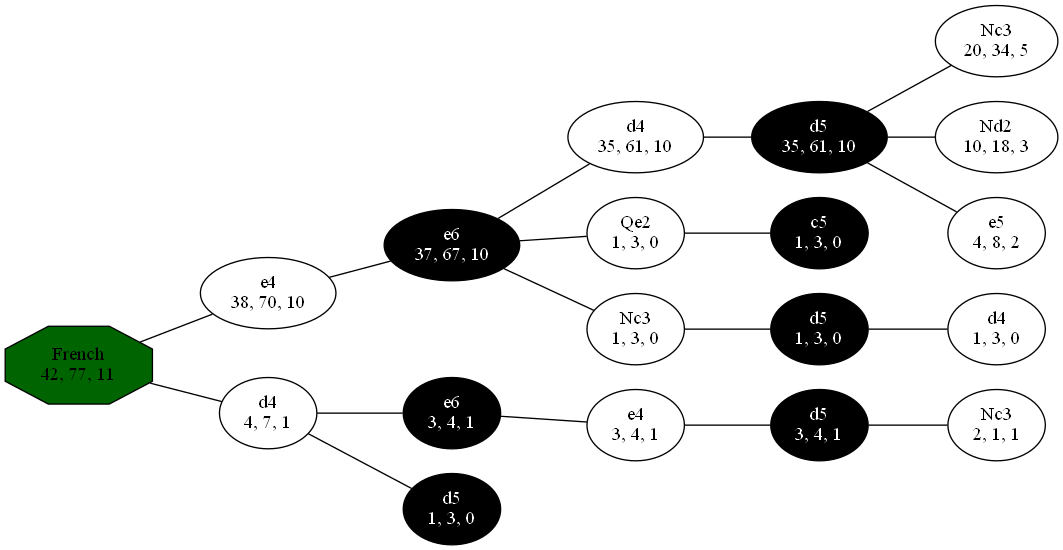
This is Datafiles/FrenchOpening.png from torbvat/PerfEngAssignment2, a Graphviz export, as it was before one commit. Its source is kept beside it as Datafiles/FrenchOpening.dot. The source it was exported from:
```dot
graph ChessOpenings {
	rankdir="LR";
	0 [label = "French
42, 77, 11", style = filled, fillcolor = black, fontcolor = white];
	1 [label = "e4
38, 70, 10"];
	2 [label = "e6
37, 67, 10", style = filled, fillcolor = black, fontcolor = white];
	3 [label = "d4
35, 61, 10"];
	4 [label = "d5
35, 61, 10", style = filled, fillcolor = black, fontcolor = white];
	5 [label = "Nc3
20, 34, 5"];
	6 [label = "Qe2
1, 3, 0"];
	7 [label = "c5
1, 3, 0", style = filled, fillcolor = black, fontcolor = white];
	9 [label = "Nd2
10, 18, 3"];
	10 [label = "e5
4, 8, 2"];
	11 [label = "Nc3
1, 3, 0"];
	12 [label = "d5
1, 3, 0", style = filled, fillcolor = black, fontcolor = white];
	13 [label = "d4
1, 3, 0"];
	14 [label = "d4
4, 7, 1"];
	15 [label = "e6
3, 4, 1", style = filled, fillcolor = black, fontcolor = white];
	16 [label = "e4
3, 4, 1"];
	17 [label = "d5
3, 4, 1", style = filled, fillcolor = black, fontcolor = white];
	18 [label = "Nc3
2, 1, 1"];
	23 [label = "d5
1, 3, 0", style = filled, fillcolor = black, fontcolor = white];
	0 -- 1;
	1 -- 2;
	2 -- 3;
	3 -- 4;
	4 -- 5;
	2 -- 6;
	6 -- 7;
	4 -- 9;
	4 -- 10;
	2 -- 11;
	11 -- 12;
	12 -- 13;
	0 -- 14;
	14 -- 15;
	15 -- 16;
	16 -- 17;
	17 -- 18;
	14 -- 23;
	0 [label = "French
42, 77, 11", shape = octagon, style = filled, fillcolor = darkgreen, fontcolor = black];
}
```
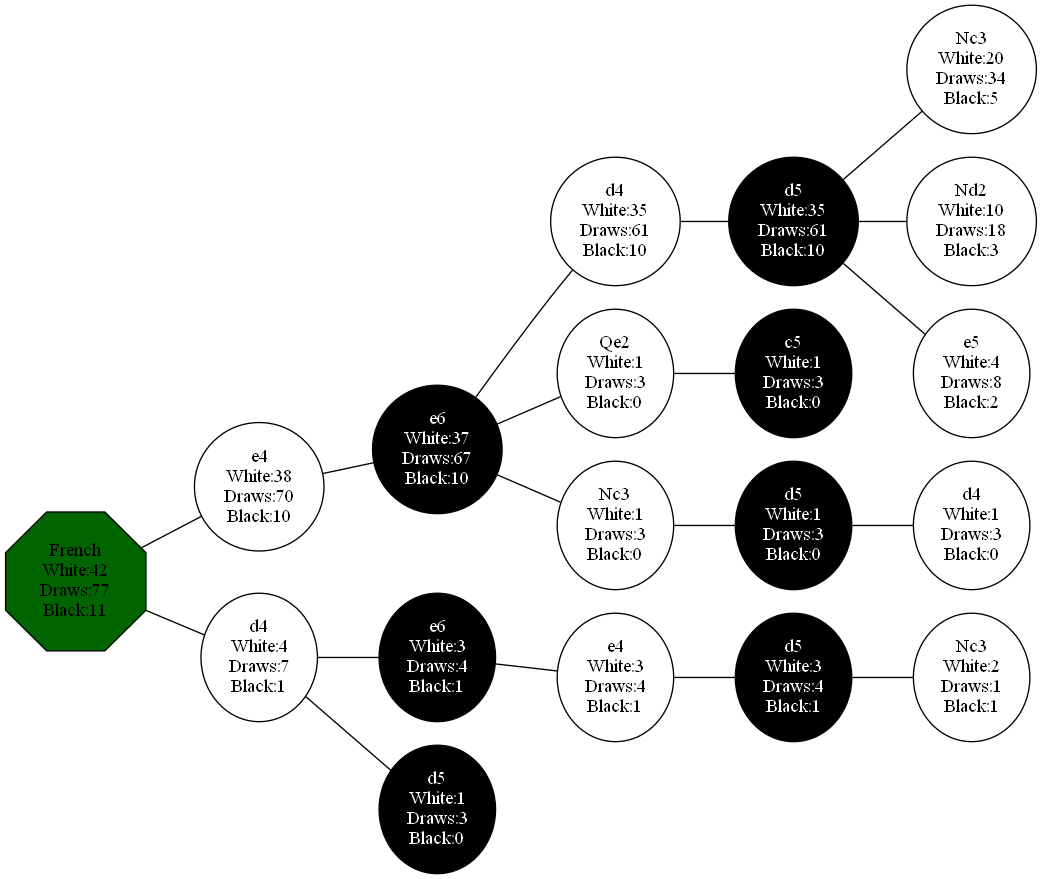
The same diagram one commit later.

Change to the diagram source:
```diff
@@ -1,43 +1,81 @@
 graph ChessOpenings {
 	rankdir="LR";
 	0 [label = "French
-42, 77, 11", style = filled, fillcolor = black, fontcolor = white];
+White:42
+Draws:77
+Black:11", style = filled, fillcolor = black, fontcolor = white];
 	1 [label = "e4
-38, 70, 10"];
+White:38
+Draws:70
+Black:10"];
 	2 [label = "e6
-37, 67, 10", style = filled, fillcolor = black, fontcolor = white];
+White:37
+Draws:67
+Black:10", style = filled, fillcolor = black, fontcolor = white];
 	3 [label = "d4
-35, 61, 10"];
+White:35
+Draws:61
+Black:10"];
 	4 [label = "d5
-35, 61, 10", style = filled, fillcolor = black, fontcolor = white];
+White:35
+Draws:61
+Black:10", style = filled, fillcolor = black, fontcolor = white];
 	5 [label = "Nc3
-20, 34, 5"];
+White:20
+Draws:34
+Black:5"];
 	6 [label = "Qe2
-1, 3, 0"];
+White:1
+Draws:3
+Black:0"];
 	7 [label = "c5
-1, 3, 0", style = filled, fillcolor = black, fontcolor = white];
+White:1
+Draws:3
+Black:0", style = filled, fillcolor = black, fontcolor = white];
 	9 [label = "Nd2
-10, 18, 3"];
+White:10
+Draws:18
+Black:3"];
 	10 [label = "e5
-4, 8, 2"];
+White:4
+Draws:8
+Black:2"];
 	11 [label = "Nc3
-1, 3, 0"];
+White:1
+Draws:3
+Black:0"];
 	12 [label = "d5
-1, 3, 0", style = filled, fillcolor = black, fontcolor = white];
+White:1
+Draws:3
+Black:0", style = filled, fillcolor = black, fontcolor = white];
 	13 [label = "d4
-1, 3, 0"];
+White:1
+Draws:3
+Black:0"];
 	14 [label = "d4
-4, 7, 1"];
+White:4
+Draws:7
+Black:1"];
 	15 [label = "e6
-3, 4, 1", style = filled, fillcolor = black, fontcolor = white];
+White:3
+Draws:4
+Black:1", style = filled, fillcolor = black, fontcolor = white];
 	16 [label = "e4
-3, 4, 1"];
+White:3
+Draws:4
+Black:1"];
 	17 [label = "d5
-3, 4, 1", style = filled, fillcolor = black, fontcolor = white];
+White:3
+Draws:4
+Black:1", style = filled, fillcolor = black, fontcolor = white];
 	18 [label = "Nc3
-2, 1, 1"];
+White:2
+Draws:1
+Black:1"];
 	23 [label = "d5
-1, 3, 0", style = filled, fillcolor = black, fontcolor = white];
+White:1
+Draws:3
+Black:0", style = filled, fillcolor = black, fontcolor = white];
 	0 -- 1;
 	1 -- 2;
 	2 -- 3;
@@ -57,5 +95,7 @@
 	17 -- 18;
 	14 -- 23;
 	0 [label = "French
-42, 77, 11", shape = octagon, style = filled, fillcolor = darkgreen, fontcolor = black];
+White:42
+Draws:77
+Black:11", shape = octagon, style = filled, fillcolor = darkgreen, fontcolor = black];
 }
```
